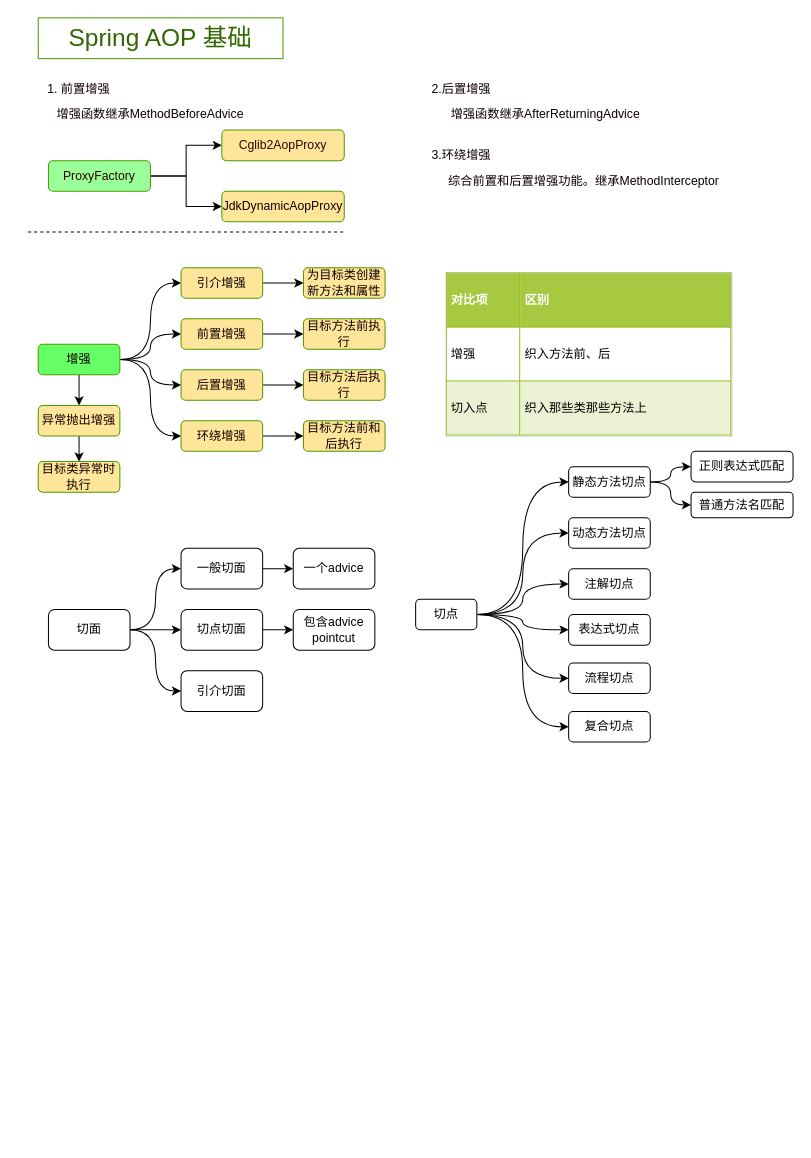
The draw.io diagram spring企业开发/笔记/chapter7 Spring AOP 基础.drawio in chenTerry/Java-, before the edit. Source tidied: cells renumbered, new cells numbered last; positions are measured from the earlier drawing's top-left corner, leaving out a move shared by most shapes. Both pictures are drawn from the tidied source at 102%, with x=0, y=0 at pixel (28, 17).
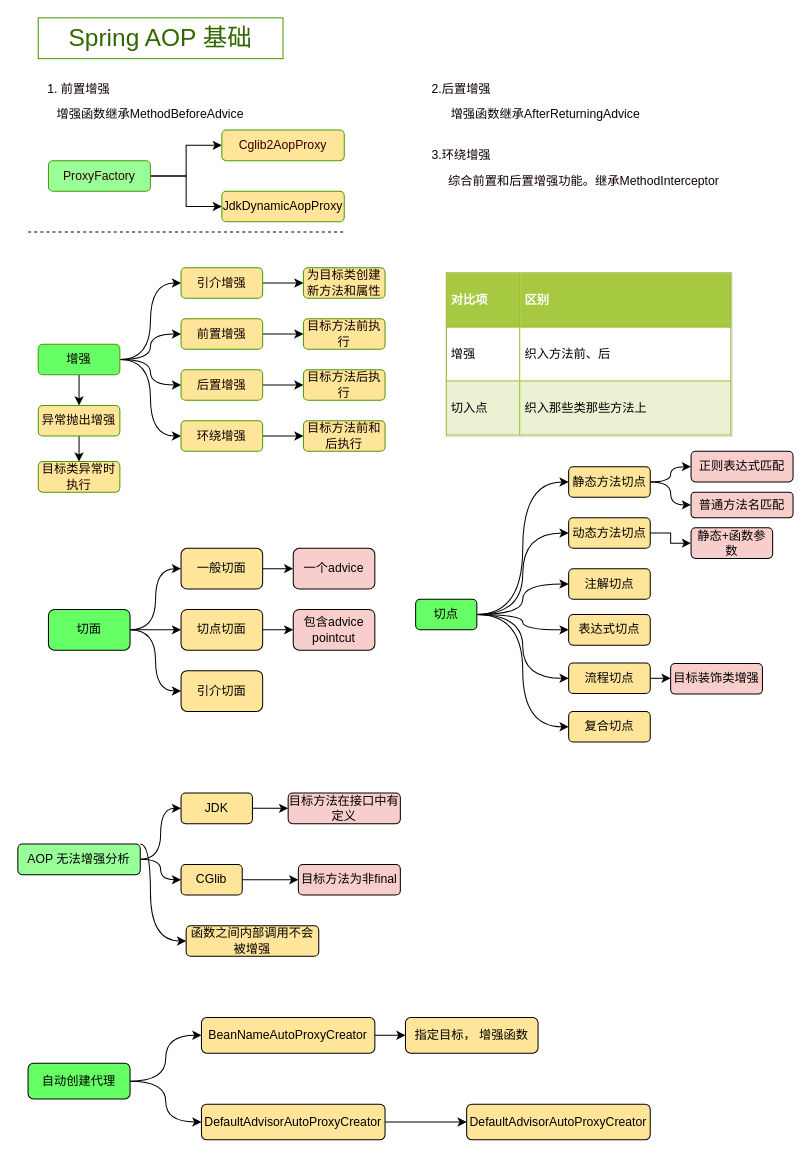
The same page after the edit.

The edit, as a diff of the source:
```diff
@@
-    <mxCell id="40" value="切面" style="rounded=1;whiteSpace=wrap;html=1;" parent="1" vertex="1">
+    <mxCell id="40" value="切面" style="rounded=1;whiteSpace=wrap;html=1;fillColor=#66FF66;" parent="1" vertex="1">
       <mxGeometry x="20" y="580" width="80" height="40" as="geometry" />
     </mxCell>
-    <mxCell id="41" value="引介切面" style="rounded=1;whiteSpace=wrap;html=1;" parent="1" vertex="1">
+    <mxCell id="41" value="引介切面" style="rounded=1;whiteSpace=wrap;html=1;fillColor=#FFE599;" parent="1" vertex="1">
       <mxGeometry x="150" y="640" width="80" height="40" as="geometry" />
     </mxCell>
@@
-    <mxCell id="43" value="切点切面" style="rounded=1;whiteSpace=wrap;html=1;" parent="1" vertex="1">
+    <mxCell id="43" value="切点切面" style="rounded=1;whiteSpace=wrap;html=1;fillColor=#FFE599;" parent="1" vertex="1">
       <mxGeometry x="150" y="580" width="80" height="40" as="geometry" />
     </mxCell>
-    <mxCell id="44" value="包含advice pointcut" style="rounded=1;whiteSpace=wrap;html=1;" parent="1" vertex="1">
+    <mxCell id="44" value="包含advice pointcut" style="rounded=1;whiteSpace=wrap;html=1;fillColor=#F8CECC;" parent="1" vertex="1">
       <mxGeometry x="260" y="580" width="80" height="40" as="geometry" />
     </mxCell>
@@
-    <mxCell id="46" value="一般切面" style="rounded=1;whiteSpace=wrap;html=1;" parent="1" vertex="1">
+    <mxCell id="46" value="一般切面" style="rounded=1;whiteSpace=wrap;html=1;fillColor=#FFE599;" parent="1" vertex="1">
       <mxGeometry x="150" y="520" width="80" height="40" as="geometry" />
     </mxCell>
-    <mxCell id="47" value="一个advice" style="rounded=1;whiteSpace=wrap;html=1;" parent="1" vertex="1">
+    <mxCell id="47" value="一个advice" style="rounded=1;whiteSpace=wrap;html=1;fillColor=#F8CECC;" parent="1" vertex="1">
       <mxGeometry x="260" y="520" width="80" height="40" as="geometry" />
     </mxCell>
@@
-    <mxCell id="54" value="切点" style="rounded=1;whiteSpace=wrap;html=1;" parent="1" vertex="1">
+    <mxCell id="54" value="切点" style="rounded=1;whiteSpace=wrap;html=1;fillColor=#66FF66;" parent="1" vertex="1">
       <mxGeometry x="380" y="570" width="60" height="30" as="geometry" />
     </mxCell>
-    <mxCell id="55" value="复合切点" style="rounded=1;whiteSpace=wrap;html=1;align=center;" parent="1" vertex="1">
+    <mxCell id="55" value="复合切点" style="rounded=1;whiteSpace=wrap;html=1;align=center;fillColor=#FFE599;" parent="1" vertex="1">
       <mxGeometry x="530" y="680" width="80" height="30" as="geometry" />
     </mxCell>
+    <mxCell id="65" style="edgeStyle=orthogonalEdgeStyle;rounded=0;jettySize=auto;html=1;fillColor=#FFE599;" parent="1" edge="1" source="56" target="66">
+      <mxGeometry relative="1" as="geometry" />
+    </mxCell>
-    <mxCell id="56" value="流程切点" style="rounded=1;whiteSpace=wrap;html=1;align=center;" parent="1" vertex="1">
+    <mxCell id="56" value="流程切点" style="rounded=1;whiteSpace=wrap;html=1;align=center;fillColor=#FFE599;" parent="1" vertex="1">
       <mxGeometry x="530" y="632.5" width="80" height="30" as="geometry" />
     </mxCell>
+    <mxCell id="66" value="目标装饰类增强" style="rounded=1;whiteSpace=wrap;html=1;align=center;fillColor=#F8CECC;" parent="1" vertex="1">
+      <mxGeometry x="630" y="633" width="90" height="30" as="geometry" />
+    </mxCell>
-    <mxCell id="57" value="表达式切点" style="rounded=1;whiteSpace=wrap;html=1;align=center;" parent="1" vertex="1">
+    <mxCell id="57" value="表达式切点" style="rounded=1;whiteSpace=wrap;html=1;align=center;fillColor=#FFE599;" parent="1" vertex="1">
       <mxGeometry x="530" y="585" width="80" height="30" as="geometry" />
     </mxCell>
-    <mxCell id="58" value="&lt;div style=&quot;text-align: left&quot;&gt;&lt;span&gt;注解切点&lt;/span&gt;&lt;/div&gt;" style="rounded=1;whiteSpace=wrap;html=1;align=center;" parent="1" vertex="1">
+    <mxCell id="58" value="&lt;div style=&quot;text-align: left&quot;&gt;&lt;span&gt;注解切点&lt;/span&gt;&lt;/div&gt;" style="rounded=1;whiteSpace=wrap;html=1;align=center;fillColor=#FFE599;" parent="1" vertex="1">
       <mxGeometry x="530" y="540" width="80" height="30" as="geometry" />
     </mxCell>
+    <mxCell id="67" style="edgeStyle=orthogonalEdgeStyle;rounded=0;jettySize=auto;html=1;" parent="1" edge="1" source="59" target="68">
+      <mxGeometry relative="1" as="geometry" />
+    </mxCell>
-    <mxCell id="59" value="动态方法切点" style="rounded=1;whiteSpace=wrap;html=1;align=center;" parent="1" vertex="1">
+    <mxCell id="59" value="动态方法切点" style="rounded=1;whiteSpace=wrap;html=1;align=center;fillColor=#FFE599;" parent="1" vertex="1">
       <mxGeometry x="530" y="490" width="80" height="30" as="geometry" />
     </mxCell>
+    <mxCell id="68" value="静态+函数参数" style="rounded=1;whiteSpace=wrap;html=1;align=center;fillColor=#F8CECC;" parent="1" vertex="1">
+      <mxGeometry x="650" y="500" width="80" height="30" as="geometry" />
+    </mxCell>
@@
-    <mxCell id="62" value="静态方法切点" style="rounded=1;whiteSpace=wrap;html=1;align=center;" parent="1" vertex="1">
+    <mxCell id="62" value="静态方法切点" style="rounded=1;whiteSpace=wrap;html=1;align=center;fillColor=#FFE599;" parent="1" vertex="1">
       <mxGeometry x="530" y="440" width="80" height="30" as="geometry" />
     </mxCell>
-    <mxCell id="63" value="正则表达式匹配" style="rounded=1;whiteSpace=wrap;html=1;align=center;" parent="1" vertex="1">
+    <mxCell id="63" value="正则表达式匹配" style="rounded=1;whiteSpace=wrap;html=1;align=center;fillColor=#F8CECC;" parent="1" vertex="1">
       <mxGeometry x="650" y="425" width="100" height="30" as="geometry" />
     </mxCell>
-    <mxCell id="64" value="普通方法名匹配" style="rounded=1;whiteSpace=wrap;html=1;align=center;" parent="1" vertex="1">
+    <mxCell id="64" value="普通方法名匹配" style="rounded=1;whiteSpace=wrap;html=1;align=center;fillColor=#F8CECC;" parent="1" vertex="1">
       <mxGeometry x="650" y="465" width="100" height="25" as="geometry" />
     </mxCell>
+    <mxCell id="69" style="edgeStyle=orthogonalEdgeStyle;rounded=0;jettySize=auto;html=1;entryX=0;entryY=0.5;entryDx=0;entryDy=0;curved=1;" parent="1" edge="1" source="72" target="78">
+      <mxGeometry relative="1" as="geometry" />
+    </mxCell>
+    <mxCell id="70" style="edgeStyle=orthogonalEdgeStyle;rounded=0;jettySize=auto;html=1;entryX=0;entryY=0.5;entryDx=0;entryDy=0;curved=1;" parent="1" edge="1" source="72" target="75">
+      <mxGeometry relative="1" as="geometry" />
+    </mxCell>
+    <mxCell id="71" style="edgeStyle=orthogonalEdgeStyle;curved=1;rounded=0;jettySize=auto;html=1;entryX=0;entryY=0.5;entryDx=0;entryDy=0;" parent="1" edge="1" source="72" target="73">
+      <mxGeometry relative="1" as="geometry">
+        <Array as="points">
+          <mxPoint x="120" y="810" />
+          <mxPoint x="120" y="905" />
+        </Array>
+      </mxGeometry>
+    </mxCell>
+    <mxCell id="72" value="AOP 无法增强分析" style="rounded=1;whiteSpace=wrap;html=1;fillColor=#99FF99;" parent="1" vertex="1">
+      <mxGeometry x="-10" y="810" width="120" height="30" as="geometry" />
+    </mxCell>
+    <mxCell id="73" value="函数之间内部调用不会被增强" style="rounded=1;whiteSpace=wrap;html=1;fillColor=#FFE599;" parent="1" vertex="1">
+      <mxGeometry x="155" y="890" width="130" height="30" as="geometry" />
+    </mxCell>
+    <mxCell id="74" style="edgeStyle=orthogonalEdgeStyle;rounded=0;jettySize=auto;html=1;" parent="1" edge="1" source="75" target="76">
+      <mxGeometry relative="1" as="geometry" />
+    </mxCell>
+    <mxCell id="75" value="CGlib" style="rounded=1;whiteSpace=wrap;html=1;shadow=0;fillColor=#FFE599;" parent="1" vertex="1">
+      <mxGeometry x="150" y="830" width="60" height="30" as="geometry" />
+    </mxCell>
+    <mxCell id="76" value="目标方法为非final" style="rounded=1;whiteSpace=wrap;html=1;fillColor=#F8CECC;" parent="1" vertex="1">
+      <mxGeometry x="265" y="830" width="100" height="30" as="geometry" />
+    </mxCell>
+    <mxCell id="77" style="edgeStyle=orthogonalEdgeStyle;rounded=0;jettySize=auto;html=1;" parent="1" edge="1" source="78" target="79">
+      <mxGeometry relative="1" as="geometry" />
+    </mxCell>
+    <mxCell id="78" value="JDK" style="rounded=1;whiteSpace=wrap;html=1;shadow=0;fillColor=#FFE599;" parent="1" vertex="1">
+      <mxGeometry x="150" y="760" width="70" height="30" as="geometry" />
+    </mxCell>
+    <mxCell id="79" value="目标方法在接口中有定义" style="rounded=1;whiteSpace=wrap;html=1;fillColor=#F8CECC;" parent="1" vertex="1">
+      <mxGeometry x="255" y="760" width="110" height="30" as="geometry" />
+    </mxCell>
+    <mxCell id="80" style="edgeStyle=orthogonalEdgeStyle;curved=1;rounded=0;jettySize=auto;html=1;entryX=0;entryY=0.5;entryDx=0;entryDy=0;" parent="1" edge="1" source="82" target="87">
+      <mxGeometry relative="1" as="geometry" />
+    </mxCell>
+    <mxCell id="81" style="edgeStyle=orthogonalEdgeStyle;curved=1;rounded=0;jettySize=auto;html=1;entryX=0;entryY=0.5;entryDx=0;entryDy=0;" parent="1" edge="1" source="82" target="84">
+      <mxGeometry relative="1" as="geometry" />
+    </mxCell>
+    <mxCell id="82" value="自动创建代理" style="rounded=1;whiteSpace=wrap;html=1;fillColor=#66FF66;" parent="1" vertex="1">
+      <mxGeometry y="1025" width="100" height="35" as="geometry" />
+    </mxCell>
+    <mxCell id="83" style="edgeStyle=orthogonalEdgeStyle;curved=1;rounded=0;jettySize=auto;html=1;fillColor=#FFE599;" parent="1" edge="1" source="84" target="85">
+      <mxGeometry relative="1" as="geometry" />
+    </mxCell>
+    <mxCell id="84" value="DefaultAdvisorAutoProxyCreator" style="rounded=1;whiteSpace=wrap;html=1;fillColor=#FFE599;" parent="1" vertex="1">
+      <mxGeometry x="170" y="1065" width="180" height="35" as="geometry" />
+    </mxCell>
+    <mxCell id="85" value="DefaultAdvisorAutoProxyCreator" style="rounded=1;whiteSpace=wrap;html=1;fillColor=#FFE599;" parent="1" vertex="1">
+      <mxGeometry x="430" y="1065" width="180" height="35" as="geometry" />
+    </mxCell>
+    <mxCell id="86" style="edgeStyle=orthogonalEdgeStyle;curved=1;rounded=0;jettySize=auto;html=1;fillColor=#FFE599;" parent="1" edge="1" source="87" target="88">
+      <mxGeometry relative="1" as="geometry" />
+    </mxCell>
+    <mxCell id="87" value="BeanNameAutoProxyCreator" style="rounded=1;whiteSpace=wrap;html=1;fillColor=#FFE599;" parent="1" vertex="1">
+      <mxGeometry x="170" y="980" width="170" height="35" as="geometry" />
+    </mxCell>
+    <mxCell id="88" value="指定目标， 增强函数" style="rounded=1;whiteSpace=wrap;html=1;fillColor=#FFE599;" parent="1" vertex="1">
+      <mxGeometry x="370" y="980" width="130" height="35" as="geometry" />
+    </mxCell>
```
